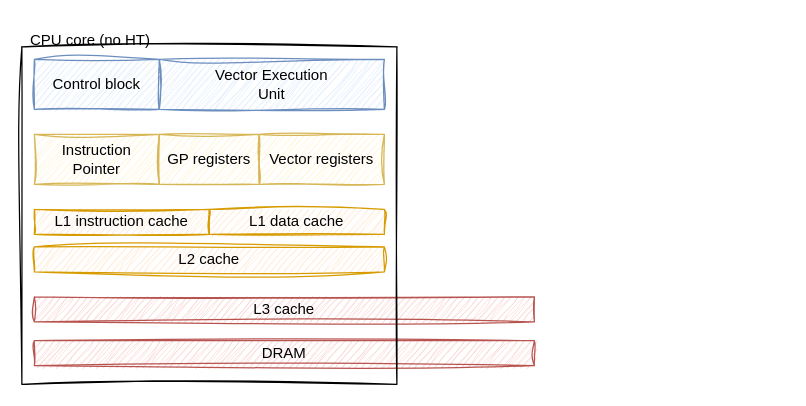
Earlier version of the draw.io diagram Untitled Diagram.drawio (pradt2/ideas). Source tidied: cells renumbered, new cells numbered last; positions are measured from the earlier drawing's top-left corner, leaving out a move shared by most shapes. Both pictures are drawn from the tidied source at 125%, with x=0, y=0 at pixel (21, 21).
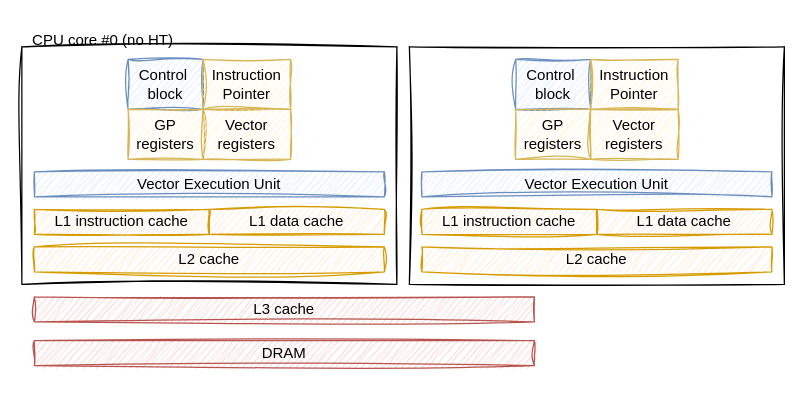
After the change.

What changed in the source:
```diff
@@
-    <mxCell id="2" value="Control block" style="rounded=0;whiteSpace=wrap;html=1;sketch=1;curveFitting=1;jiggle=2;fillColor=#dae8fc;strokeColor=#6c8ebf;" parent="1" vertex="1">
-      <mxGeometry x="10" y="30" width="100" height="40" as="geometry" />
-    </mxCell>
-    <mxCell id="3" value="&lt;div&gt;Instruction&lt;/div&gt;&lt;div&gt;Pointer&lt;/div&gt;" style="rounded=0;whiteSpace=wrap;html=1;sketch=1;curveFitting=1;jiggle=2;fillColor=#fff2cc;strokeColor=#d6b656;" parent="1" vertex="1">
-      <mxGeometry x="10" y="90" width="100" height="40" as="geometry" />
-    </mxCell>
-    <mxCell id="4" value="GP registers" style="rounded=0;whiteSpace=wrap;html=1;sketch=1;curveFitting=1;jiggle=2;fillColor=#fff2cc;strokeColor=#d6b656;" parent="1" vertex="1">
-      <mxGeometry x="110" y="90" width="80" height="40" as="geometry" />
-    </mxCell>
-    <mxCell id="5" value="Vector registers" style="rounded=0;whiteSpace=wrap;html=1;sketch=1;curveFitting=1;jiggle=2;fillColor=#fff2cc;strokeColor=#d6b656;" parent="1" vertex="1">
-      <mxGeometry x="190" y="90" width="100" height="40" as="geometry" />
-    </mxCell>
-    <mxCell id="6" value="&lt;div&gt;Vector Execution&lt;/div&gt;&lt;div&gt;Unit&lt;/div&gt;" style="rounded=0;whiteSpace=wrap;html=1;sketch=1;curveFitting=1;jiggle=2;fillColor=#dae8fc;strokeColor=#6c8ebf;" parent="1" vertex="1">
-      <mxGeometry x="110" y="30" width="180" height="40" as="geometry" />
-    </mxCell>
@@
     <mxCell id="12" style="swimlane;startSize=0;sketch=1;curveFitting=1;jiggle=2;" parent="1" vertex="1">
-      <mxGeometry y="20" width="300" height="270" as="geometry" />
+      <mxGeometry y="20" width="300" height="190" as="geometry" />
     </mxCell>
+    <mxCell id="14" value="&lt;div&gt;Vector Execution Unit&lt;/div&gt;" style="rounded=0;whiteSpace=wrap;html=1;sketch=1;curveFitting=1;jiggle=2;fillColor=#dae8fc;strokeColor=#6c8ebf;" parent="12" vertex="1">
+      <mxGeometry x="10" y="100" width="280" height="20" as="geometry" />
+    </mxCell>
+    <mxCell id="15" value="&lt;div&gt;Control&amp;nbsp;&lt;/div&gt;&lt;div&gt;block&lt;/div&gt;" style="rounded=0;whiteSpace=wrap;html=1;sketch=1;curveFitting=1;jiggle=2;fillColor=#dae8fc;strokeColor=#6c8ebf;" parent="12" vertex="1">
+      <mxGeometry x="85" y="10" width="60" height="40" as="geometry" />
+    </mxCell>
+    <mxCell id="16" value="&lt;div&gt;Instruction&lt;/div&gt;&lt;div&gt;Pointer&lt;/div&gt;" style="rounded=0;whiteSpace=wrap;html=1;sketch=1;curveFitting=1;jiggle=2;fillColor=#fff2cc;strokeColor=#d6b656;" parent="12" vertex="1">
+      <mxGeometry x="145" y="10" width="70" height="40" as="geometry" />
+    </mxCell>
+    <mxCell id="17" value="GP registers" style="rounded=0;whiteSpace=wrap;html=1;sketch=1;curveFitting=1;jiggle=2;fillColor=#fff2cc;strokeColor=#d6b656;" parent="12" vertex="1">
+      <mxGeometry x="85" y="50" width="60" height="40" as="geometry" />
+    </mxCell>
+    <mxCell id="18" value="Vector registers" style="rounded=0;whiteSpace=wrap;html=1;sketch=1;curveFitting=1;jiggle=2;fillColor=#fff2cc;strokeColor=#d6b656;" parent="12" vertex="1">
+      <mxGeometry x="145" y="50" width="70" height="40" as="geometry" />
+    </mxCell>
-    <mxCell id="13" value="CPU core (no HT)" style="text;html=1;whiteSpace=wrap;strokeColor=none;fillColor=none;align=center;verticalAlign=middle;rounded=0;" parent="1" vertex="1">
-      <mxGeometry width="110" height="30" as="geometry" />
+    <mxCell id="13" value="CPU core #0 (no HT)" style="text;html=1;whiteSpace=wrap;strokeColor=none;fillColor=none;align=center;verticalAlign=middle;rounded=0;" parent="1" vertex="1">
+      <mxGeometry width="130" height="30" as="geometry" />
     </mxCell>
+    <mxCell id="19" value="L1 data cache" style="rounded=0;whiteSpace=wrap;html=1;sketch=1;curveFitting=1;jiggle=2;fillColor=#ffe6cc;strokeColor=#d79b00;" parent="1" vertex="1">
+      <mxGeometry x="460" y="150" width="140" height="20" as="geometry" />
+    </mxCell>
+    <mxCell id="20" value="L1 instruction cache" style="rounded=0;whiteSpace=wrap;html=1;sketch=1;curveFitting=1;jiggle=2;fillColor=#ffe6cc;strokeColor=#d79b00;" parent="1" vertex="1">
+      <mxGeometry x="320" y="150" width="140" height="20" as="geometry" />
+    </mxCell>
+    <mxCell id="21" value="L2 cache" style="rounded=0;whiteSpace=wrap;html=1;sketch=1;curveFitting=1;jiggle=2;fillColor=#ffe6cc;strokeColor=#d79b00;" parent="1" vertex="1">
+      <mxGeometry x="320" y="180" width="280" height="20" as="geometry" />
+    </mxCell>
+    <mxCell id="22" style="swimlane;startSize=0;sketch=1;curveFitting=1;jiggle=2;" parent="1" vertex="1">
+      <mxGeometry x="310" y="20" width="300" height="190" as="geometry" />
+    </mxCell>
+    <mxCell id="23" value="&lt;div&gt;Vector Execution Unit&lt;/div&gt;" style="rounded=0;whiteSpace=wrap;html=1;sketch=1;curveFitting=1;jiggle=2;fillColor=#dae8fc;strokeColor=#6c8ebf;" parent="22" vertex="1">
+      <mxGeometry x="10" y="100" width="280" height="20" as="geometry" />
+    </mxCell>
+    <mxCell id="24" value="&lt;div&gt;Control&amp;nbsp;&lt;/div&gt;&lt;div&gt;block&lt;/div&gt;" style="rounded=0;whiteSpace=wrap;html=1;sketch=1;curveFitting=1;jiggle=2;fillColor=#dae8fc;strokeColor=#6c8ebf;" parent="22" vertex="1">
+      <mxGeometry x="85" y="10" width="60" height="40" as="geometry" />
+    </mxCell>
+    <mxCell id="25" value="&lt;div&gt;Instruction&lt;/div&gt;&lt;div&gt;Pointer&lt;/div&gt;" style="rounded=0;whiteSpace=wrap;html=1;sketch=1;curveFitting=1;jiggle=2;fillColor=#fff2cc;strokeColor=#d6b656;" parent="22" vertex="1">
+      <mxGeometry x="145" y="10" width="70" height="40" as="geometry" />
+    </mxCell>
+    <mxCell id="26" value="GP registers" style="rounded=0;whiteSpace=wrap;html=1;sketch=1;curveFitting=1;jiggle=2;fillColor=#fff2cc;strokeColor=#d6b656;" parent="22" vertex="1">
+      <mxGeometry x="85" y="50" width="60" height="40" as="geometry" />
+    </mxCell>
+    <mxCell id="27" value="Vector registers" style="rounded=0;whiteSpace=wrap;html=1;sketch=1;curveFitting=1;jiggle=2;fillColor=#fff2cc;strokeColor=#d6b656;" parent="22" vertex="1">
+      <mxGeometry x="145" y="50" width="70" height="40" as="geometry" />
+    </mxCell>
```
